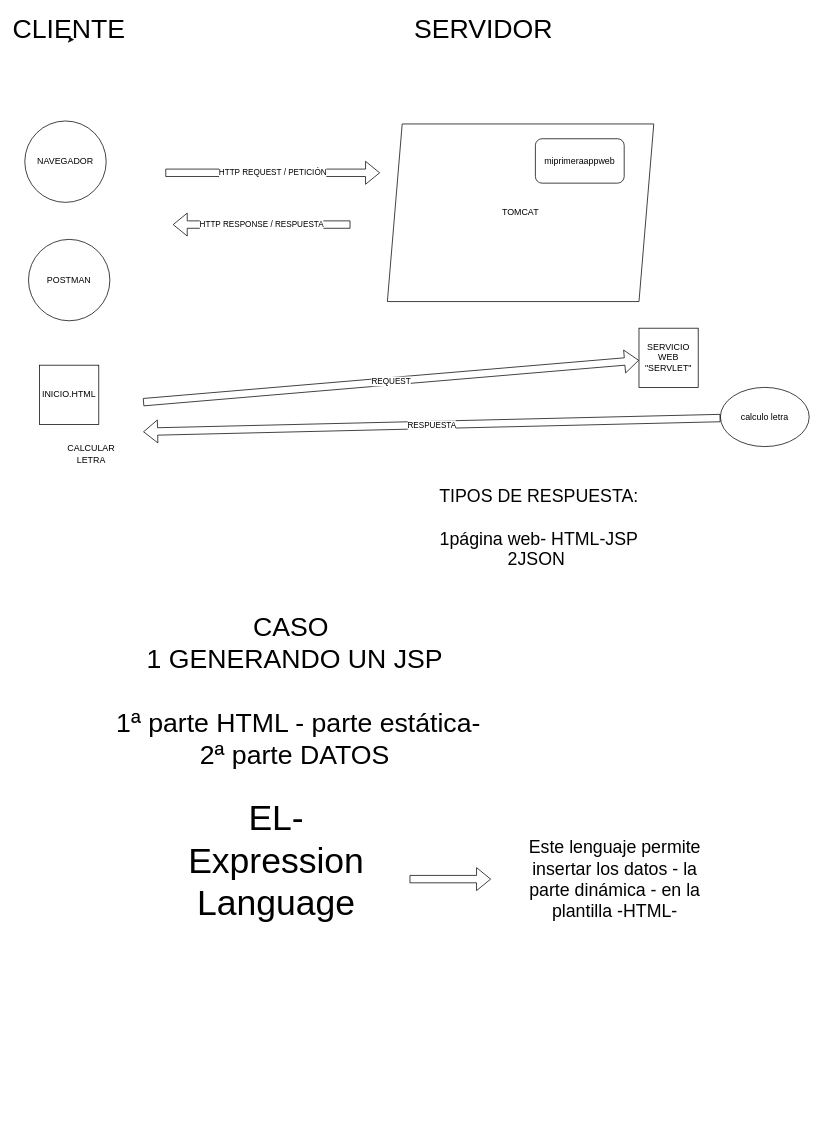
Above: proyectoprofe1/DOCU/arquitectura http.drawio in Valexx55/repoclasejava (draw.io), before the change. Source tidied: cells renumbered, new cells numbered last; positions are measured from the earlier drawing's top-left corner, leaving out a move shared by most shapes. Both pictures are drawn from the tidied source at 74%, with x=0, y=0 at pixel (24, 17).
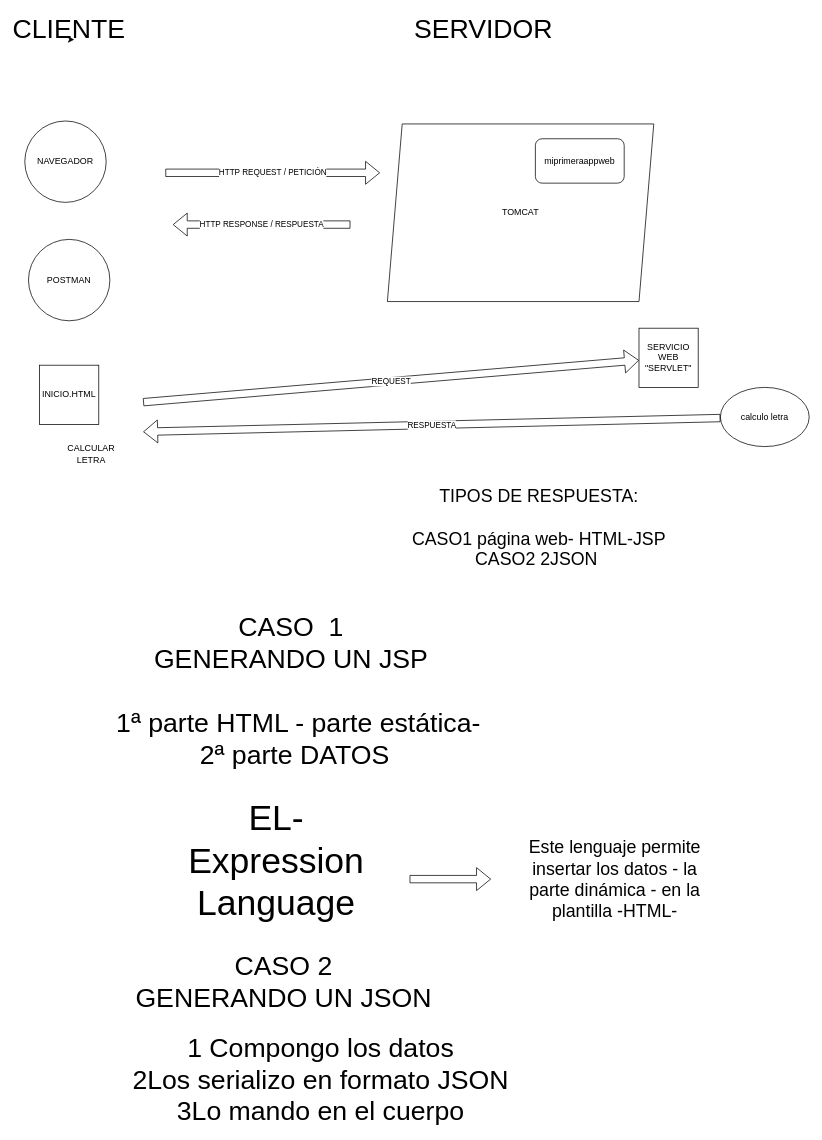
Above is the later version.

Commit message (it also covers changes not shown here):
clase fin jueves json

What changed in the source:
```diff
@@
-    <mxCell id="17" value="&lt;font style=&quot;font-size: 24px&quot;&gt;TIPOS DE RESPUESTA:&lt;br&gt;&lt;br&gt;1página web- HTML-JSP&lt;br&gt;2JSON&amp;nbsp;&lt;/font&gt;" style="text;html=1;strokeColor=none;fillColor=none;align=center;verticalAlign=middle;whiteSpace=wrap;rounded=0;" parent="1" vertex="1">
+    <mxCell id="17" value="&lt;font style=&quot;font-size: 24px&quot;&gt;TIPOS DE RESPUESTA:&lt;br&gt;&lt;br&gt;CASO1 página web- HTML-JSP&lt;br&gt;CASO2 2JSON&amp;nbsp;&lt;/font&gt;" style="text;html=1;strokeColor=none;fillColor=none;align=center;verticalAlign=middle;whiteSpace=wrap;rounded=0;" parent="1" vertex="1">
       <mxGeometry x="510" y="660" width="370" height="60" as="geometry" />
     </mxCell>
-    <mxCell id="18" value="&lt;font style=&quot;font-size: 36px&quot;&gt;CASO&lt;br&gt;&amp;nbsp;1 GENERANDO UN JSP&lt;/font&gt;" style="text;html=1;strokeColor=none;fillColor=none;align=center;verticalAlign=middle;whiteSpace=wrap;rounded=0;" parent="1" vertex="1">
+    <mxCell id="18" value="&lt;font style=&quot;font-size: 36px&quot;&gt;CASO&amp;nbsp;&amp;nbsp;1 &lt;br&gt;GENERANDO UN JSP&lt;/font&gt;" style="text;html=1;strokeColor=none;fillColor=none;align=center;verticalAlign=middle;whiteSpace=wrap;rounded=0;" parent="1" vertex="1">
       <mxGeometry x="100" y="820" width="520" height="50" as="geometry" />
     </mxCell>
@@
+    <mxCell id="23" value="&lt;font style=&quot;font-size: 36px&quot;&gt;CASO&amp;nbsp;2 &lt;br&gt;GENERANDO UN JSON&lt;br&gt;&lt;br&gt;&lt;/font&gt;" style="text;html=1;strokeColor=none;fillColor=none;align=center;verticalAlign=middle;whiteSpace=wrap;rounded=0;" parent="1" vertex="1">
+      <mxGeometry x="90" y="1300" width="520" height="50" as="geometry" />
+    </mxCell>
+    <mxCell id="24" value="&lt;span style=&quot;font-size: 36px&quot;&gt;1 Compongo los datos&lt;br&gt;2Los serializo en formato JSON&lt;br&gt;3Lo mando en el cuerpo&lt;br&gt;&lt;/span&gt;" style="text;html=1;strokeColor=none;fillColor=none;align=center;verticalAlign=middle;whiteSpace=wrap;rounded=0;" parent="1" vertex="1">
+      <mxGeometry x="140" y="1410" width="520" height="50" as="geometry" />
+    </mxCell>
```
